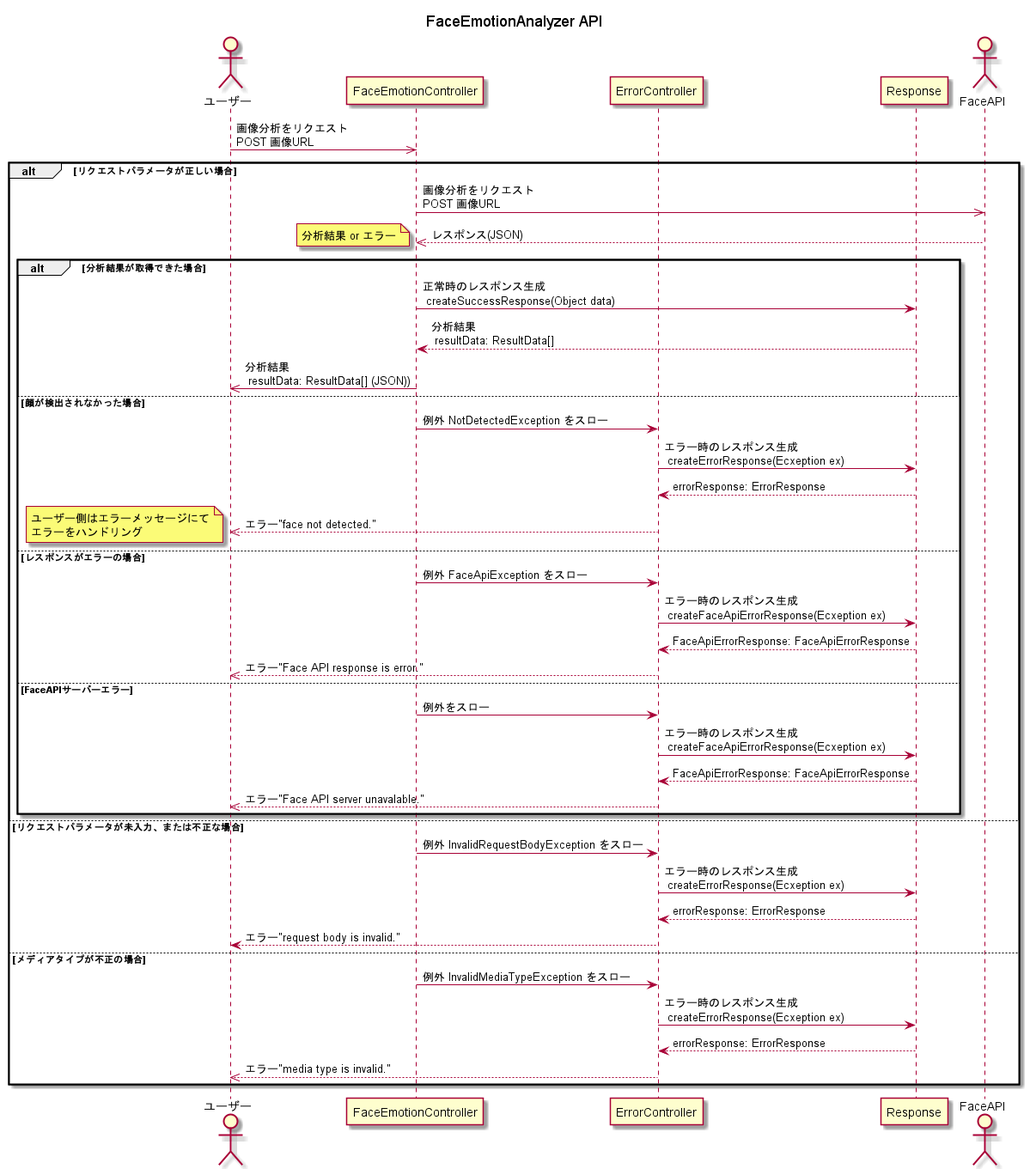
nishikawa1114/FaceEmotionSystem keeps this PlantUML diagram as out/doc/uml/seqDaigApi/FaceEmotionAnalyzer API.png. Above is the earlier version.
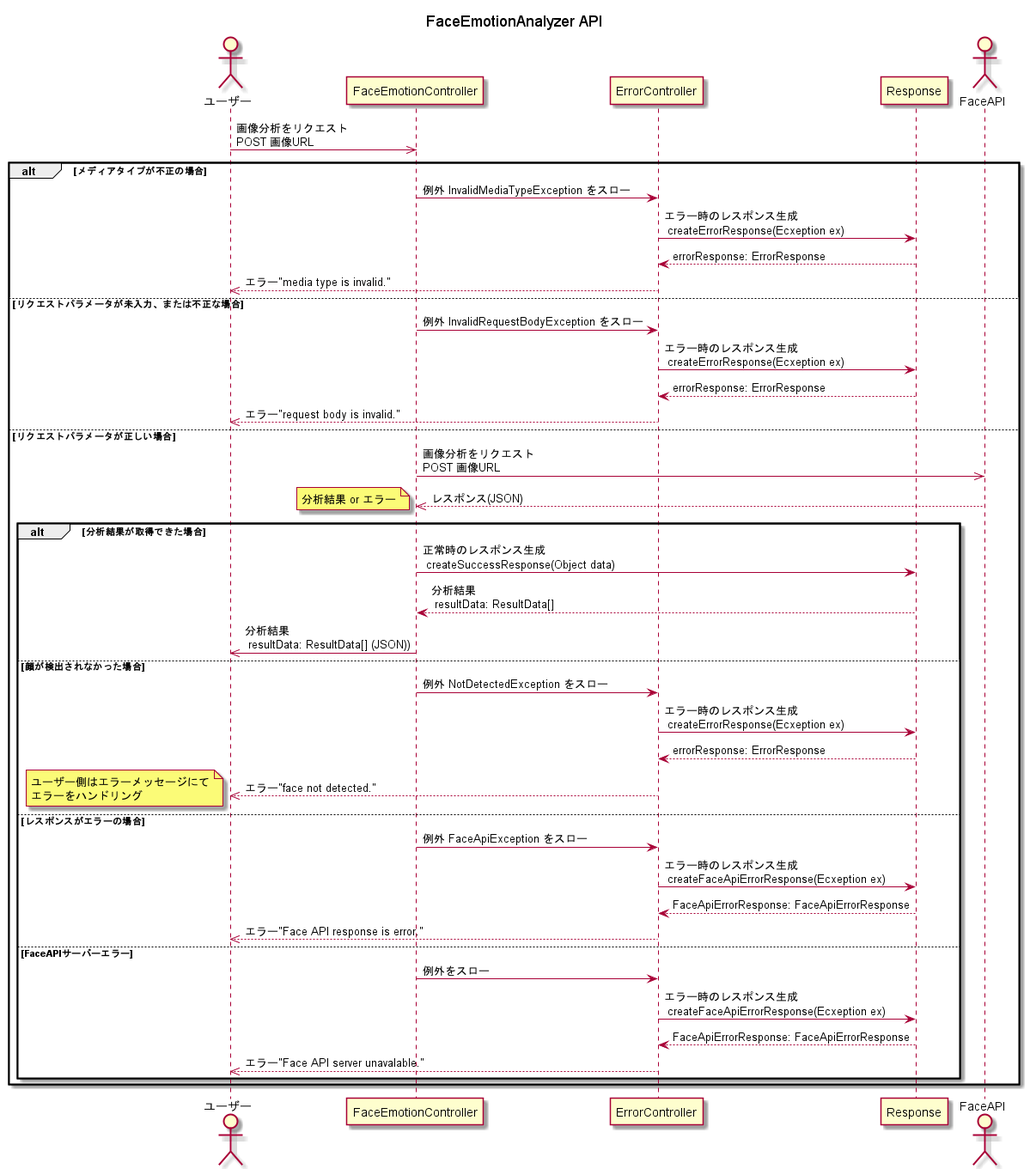
The same diagram one commit later.

Change to the diagram source:
```diff
@@ -9,8 +9,19 @@
 
 ユーザー ->> FaceEmotionController: 画像分析をリクエスト\nPOST 画像URL
 
+alt メディアタイプが不正の場合
+    FaceEmotionController -> ErrorController: 例外 InvalidMediaTypeException をスロー
+    ErrorController -> Response: エラー時のレスポンス生成\n createErrorResponse(Ecxeption ex)
+    ErrorController <-- Response: errorResponse: ErrorResponse
+    ユーザー <<-- ErrorController: エラー"media type is invalid."
 
-alt リクエストパラメータが正しい場合
+else リクエストパラメータが未入力、または不正な場合
+    FaceEmotionController -> ErrorController: 例外 InvalidRequestBodyException をスロー
+    ErrorController -> Response: エラー時のレスポンス生成\n createErrorResponse(Ecxeption ex)
+    ErrorController <-- Response: errorResponse: ErrorResponse
+    ユーザー <<-- ErrorController: エラー"request body is invalid."
+
+else リクエストパラメータが正しい場合
     FaceEmotionController ->> FaceAPI: 画像分析をリクエスト\nPOST 画像URL
     FaceEmotionController <<-- FaceAPI: レスポンス(JSON)
     note left: 分析結果 or エラー
@@ -38,17 +49,7 @@
     end
 
 
-else リクエストパラメータが未入力、または不正な場合
-    FaceEmotionController -> ErrorController: 例外 InvalidRequestBodyException をスロー
-    ErrorController -> Response: エラー時のレスポンス生成\n createErrorResponse(Ecxeption ex)
-    ErrorController <-- Response: errorResponse: ErrorResponse
-    ユーザー <-- ErrorController: エラー"request body is invalid."
 
-else メディアタイプが不正の場合
-    FaceEmotionController -> ErrorController: 例外 InvalidMediaTypeException をスロー
-    ErrorController -> Response: エラー時のレスポンス生成\n createErrorResponse(Ecxeption ex)
-    ErrorController <-- Response: errorResponse: ErrorResponse
-    ユーザー <<-- ErrorController: エラー"media type is invalid."
 
 end
 
```
